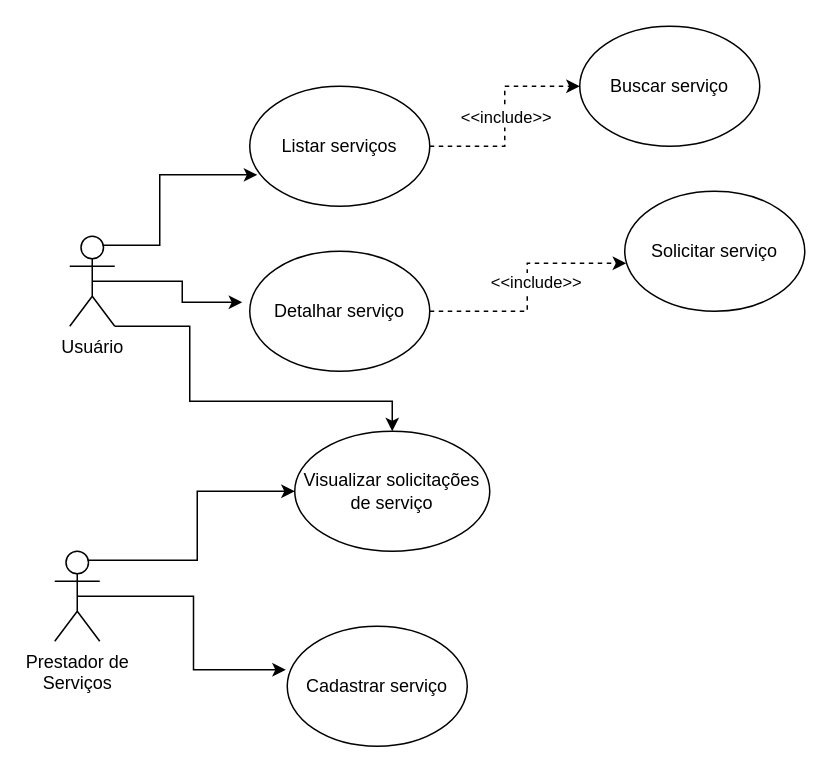
The draw.io diagram page "Caso de Uso" (1 of 2) of Pratica/Projeto/Documentacao/Projeto CSBA.drawio in thihxm/aulas-python, before the edit. Source tidied: cells renumbered, new cells numbered last; positions are measured from the earlier drawing's top-left corner, leaving out a move shared by most shapes. Both pictures are drawn from the tidied source at 150%, with x=0, y=0 at pixel (54, 26).
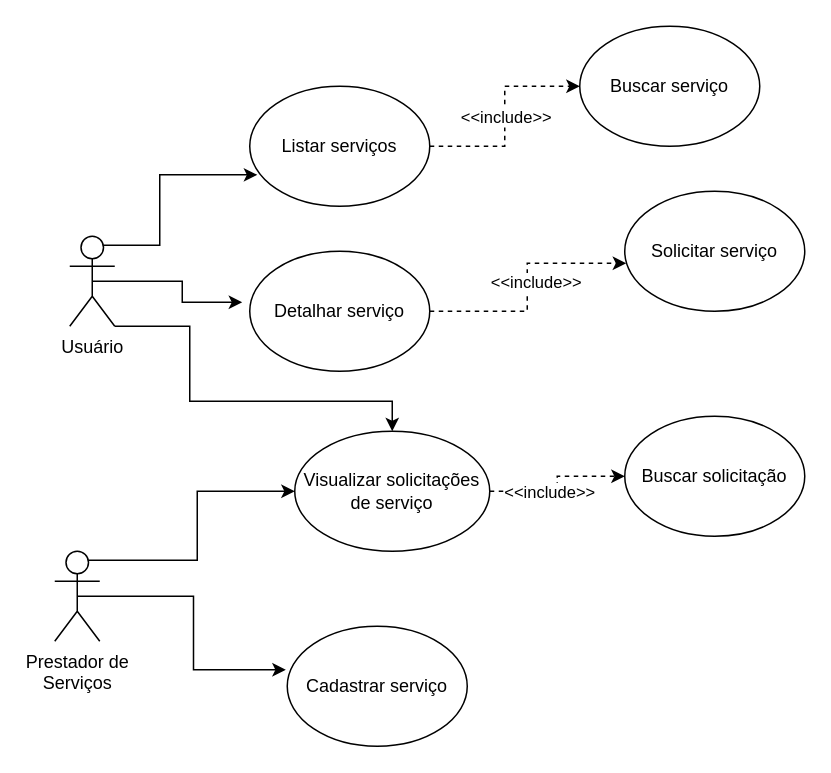
After the change.

Unchanged cells that the change refers to:
```xml
<mxCell id="13" value="Visualizar solicitações de serviço" style="ellipse;whiteSpace=wrap;html=1;" parent="1" vertex="1">
  <mxGeometry x="160" y="270" width="130" height="80" as="geometry" />
</mxCell>
```

The edit, as a diff of the source:
```diff
@@
+    <mxCell id="19" style="edgeStyle=orthogonalEdgeStyle;rounded=0;jettySize=auto;html=1;exitX=1;exitY=0.5;exitDx=0;exitDy=0;entryX=0;entryY=0.5;entryDx=0;entryDy=0;dashed=1;" parent="1" edge="1" source="13" target="21">
+      <mxGeometry relative="1" as="geometry" />
+    </mxCell>
+    <mxCell id="20" value="&amp;lt;&amp;lt;include&amp;gt;&amp;gt;" style="edgeLabel;html=1;align=center;verticalAlign=middle;" parent="19" vertex="1">
+      <mxGeometry x="-0.22" relative="1" as="geometry" />
+    </mxCell>
@@
+    <mxCell id="21" value="Buscar solicitação" style="ellipse;whiteSpace=wrap;html=1;" parent="1" vertex="1">
+      <mxGeometry x="380" y="260" width="120" height="80" as="geometry" />
+    </mxCell>
```
